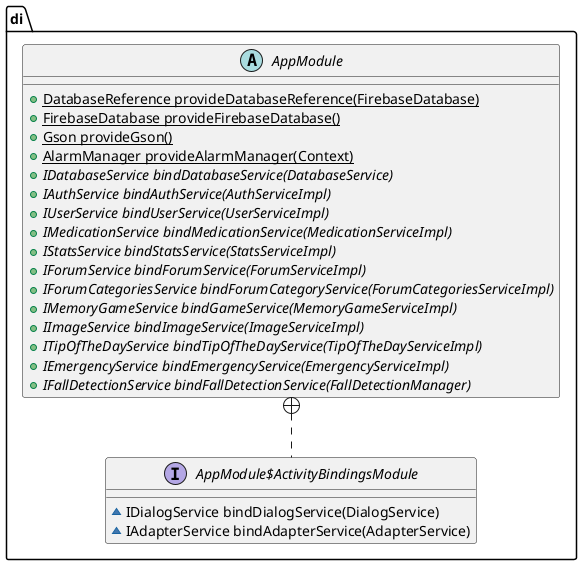
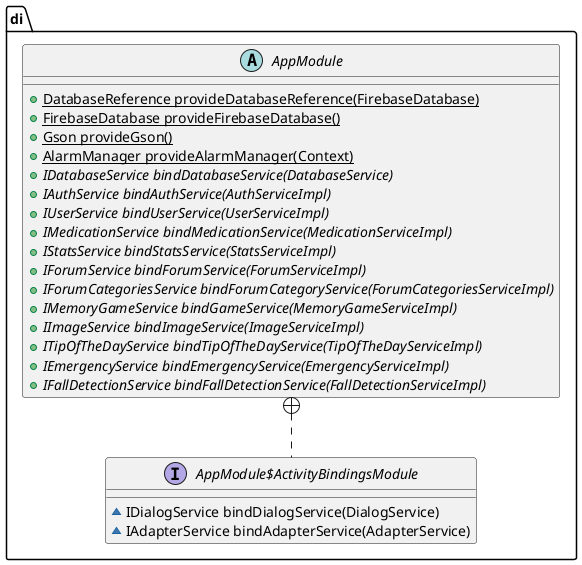
@startuml
abstract class di.AppModule {
+ {static} DatabaseReference provideDatabaseReference(FirebaseDatabase)
+ {static} FirebaseDatabase provideFirebaseDatabase()
+ {static} Gson provideGson()
+ {static} AlarmManager provideAlarmManager(Context)
+ {abstract}IDatabaseService bindDatabaseService(DatabaseService)
+ {abstract}IAuthService bindAuthService(AuthServiceImpl)
+ {abstract}IUserService bindUserService(UserServiceImpl)
+ {abstract}IMedicationService bindMedicationService(MedicationServiceImpl)
+ {abstract}IStatsService bindStatsService(StatsServiceImpl)
+ {abstract}IForumService bindForumService(ForumServiceImpl)
+ {abstract}IForumCategoriesService bindForumCategoryService(ForumCategoriesServiceImpl)
+ {abstract}IMemoryGameService bindGameService(MemoryGameServiceImpl)
+ {abstract}IImageService bindImageService(ImageServiceImpl)
+ {abstract}ITipOfTheDayService bindTipOfTheDayService(TipOfTheDayServiceImpl)
+ {abstract}IEmergencyService bindEmergencyService(EmergencyServiceImpl)
- + {abstract}IFallDetectionService bindFallDetectionService(FallDetectionManager)
+ + {abstract}IFallDetectionService bindFallDetectionService(FallDetectionServiceImpl)
}

interface di.AppModule$ActivityBindingsModule {
~ IDialogService bindDialogService(DialogService)
~ IAdapterService bindAdapterService(AdapterService)
}



di.AppModule +.. di.AppModule$ActivityBindingsModule
- @enduml
+ @enduml